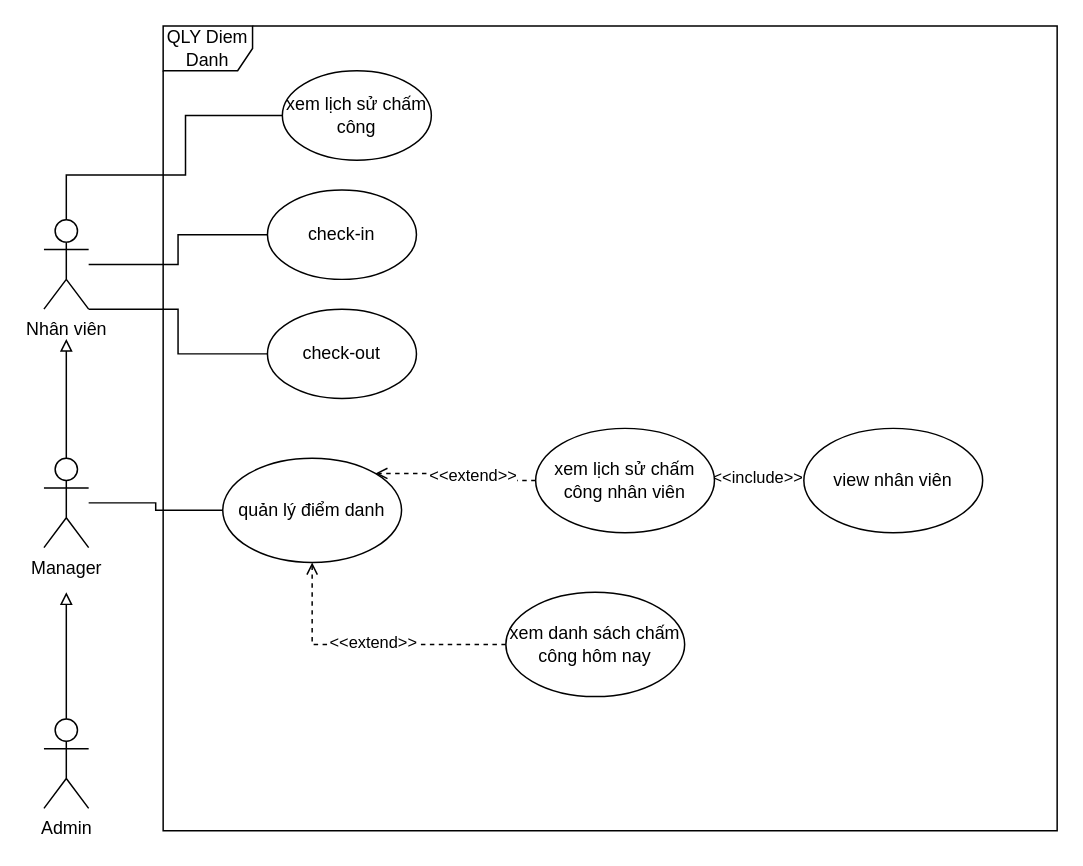
hoangda24312/Group4-DesigningSystem keeps this draw.io diagram as QuanLyDiemDanh.drawio. Above is the earlier version. Source tidied: cells renumbered, new cells numbered last; positions are measured from the earlier drawing's top-left corner, leaving out a move shared by most shapes. Both pictures are drawn from the tidied source at 149%, with x=0, y=0 at pixel (43, 25).
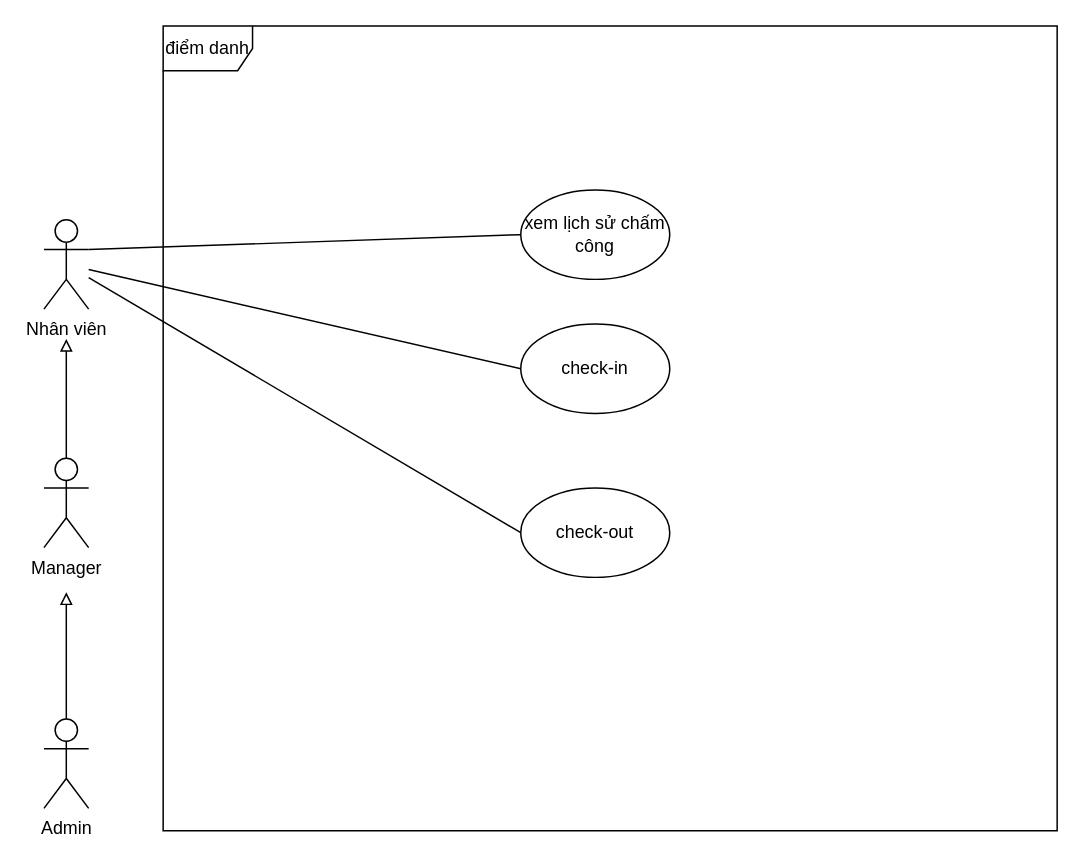
After the change.

Commit message (it also covers changes not shown here):
*sua usecase toan bo, +them quan ly du an

The change refers to these unchanged cells:
```xml
<mxCell id="5" value="Nhân viên" style="shape=umlActor;verticalLabelPosition=bottom;verticalAlign=top;html=1;outlineConnect=0;" parent="1" vertex="1">
  <mxGeometry y="130" width="30" height="60" as="geometry" />
</mxCell>
<mxCell id="7" value="Manager" style="shape=umlActor;verticalLabelPosition=bottom;verticalAlign=top;html=1;outlineConnect=0;" parent="1" vertex="1">
  <mxGeometry y="290" width="30" height="60" as="geometry" />
</mxCell>
```

The edit, as a diff of the source:
```diff
@@
-    <mxCell id="2" style="edgeStyle=orthogonalEdgeStyle;rounded=0;jettySize=auto;html=1;entryX=0;entryY=0.5;entryDx=0;entryDy=0;endArrow=none;endFill=0;" parent="1" edge="1" source="5" target="10">
-      <mxGeometry relative="1" as="geometry" />
-    </mxCell>
-    <mxCell id="3" style="edgeStyle=orthogonalEdgeStyle;rounded=0;jettySize=auto;html=1;entryX=0;entryY=0.5;entryDx=0;entryDy=0;endArrow=none;endFill=0;" parent="1" edge="1" source="5" target="11">
-      <mxGeometry relative="1" as="geometry">
-        <Array as="points">
-          <mxPoint x="90" y="190" />
-          <mxPoint x="90" y="220" />
-        </Array>
-      </mxGeometry>
-    </mxCell>
-    <mxCell id="4" style="edgeStyle=orthogonalEdgeStyle;rounded=0;jettySize=auto;html=1;entryX=0;entryY=0.5;entryDx=0;entryDy=0;endArrow=none;endFill=0;" parent="1" edge="1" source="5" target="22">
-      <mxGeometry relative="1" as="geometry">
-        <Array as="points">
-          <mxPoint x="15" y="100" />
-          <mxPoint x="95" y="100" />
-          <mxPoint x="95" y="60" />
-        </Array>
-      </mxGeometry>
-    </mxCell>
@@
-    <mxCell id="6" style="edgeStyle=orthogonalEdgeStyle;rounded=0;jettySize=auto;html=1;entryX=0;entryY=0.5;entryDx=0;entryDy=0;endArrow=none;endFill=0;" parent="1" edge="1" source="7" target="23">
-      <mxGeometry relative="1" as="geometry" />
-    </mxCell>
@@
     <mxCell id="10" value="check-in" style="ellipse;whiteSpace=wrap;html=1;" parent="1" vertex="1">
-      <mxGeometry x="150" y="110" width="100" height="60" as="geometry" />
+      <mxGeometry x="320" y="200" width="100" height="60" as="geometry" />
     </mxCell>
     <mxCell id="11" value="check-out" style="ellipse;whiteSpace=wrap;html=1;" parent="1" vertex="1">
-      <mxGeometry x="150" y="190" width="100" height="60" as="geometry" />
+      <mxGeometry x="320" y="310" width="100" height="60" as="geometry" />
     </mxCell>
@@
-    <mxCell id="13" style="edgeStyle=orthogonalEdgeStyle;rounded=0;jettySize=auto;html=1;entryX=0;entryY=0.5;entryDx=0;entryDy=0;endArrow=open;endFill=0;dashed=1;" parent="1" edge="1" source="17" target="18">
-      <mxGeometry relative="1" as="geometry" />
-    </mxCell>
-    <mxCell id="14" value="&amp;lt;&amp;lt;include&amp;gt;&amp;gt;" style="edgeLabel;html=1;align=center;verticalAlign=middle;" parent="13" vertex="1">
-      <mxGeometry x="-0.08" y="3" relative="1" as="geometry" />
-    </mxCell>
-    <mxCell id="15" style="edgeStyle=orthogonalEdgeStyle;rounded=0;jettySize=auto;html=1;entryX=1;entryY=0;entryDx=0;entryDy=0;endArrow=open;endFill=0;dashed=1;" parent="1" edge="1" source="17" target="23">
-      <mxGeometry relative="1" as="geometry" />
-    </mxCell>
-    <mxCell id="16" value="&amp;lt;&amp;lt;extend&amp;gt;&amp;gt;" style="edgeLabel;html=1;align=center;verticalAlign=middle;" parent="15" vertex="1">
-      <mxGeometry x="0.07" y="1" relative="1" as="geometry">
-        <mxPoint x="13" as="offset" />
-      </mxGeometry>
-    </mxCell>
-    <mxCell id="17" value="xem lịch sử chấm công nhân viên" style="ellipse;whiteSpace=wrap;html=1;" parent="1" vertex="1">
-      <mxGeometry x="330" y="270" width="120" height="70" as="geometry" />
-    </mxCell>
-    <mxCell id="18" value="view nhân viên" style="ellipse;whiteSpace=wrap;html=1;" parent="1" vertex="1">
-      <mxGeometry x="510" y="270" width="120" height="70" as="geometry" />
-    </mxCell>
-    <mxCell id="19" style="edgeStyle=orthogonalEdgeStyle;rounded=0;jettySize=auto;html=1;entryX=0.5;entryY=1;entryDx=0;entryDy=0;endArrow=open;endFill=0;dashed=1;" parent="1" edge="1" source="21" target="23">
-      <mxGeometry relative="1" as="geometry" />
-    </mxCell>
-    <mxCell id="20" value="&amp;lt;&amp;lt;extend&amp;gt;&amp;gt;" style="edgeLabel;html=1;align=center;verticalAlign=middle;" parent="19" vertex="1">
-      <mxGeometry x="-0.03" y="-2" relative="1" as="geometry" />
-    </mxCell>
-    <mxCell id="21" value="xem danh sách chấm công hôm nay" style="ellipse;whiteSpace=wrap;html=1;" parent="1" vertex="1">
-      <mxGeometry x="310" y="380" width="120" height="70" as="geometry" />
-    </mxCell>
     <mxCell id="22" value="xem lịch sử chấm công" style="ellipse;whiteSpace=wrap;html=1;" parent="1" vertex="1">
-      <mxGeometry x="160" y="30" width="100" height="60" as="geometry" />
+      <mxGeometry x="320" y="110" width="100" height="60" as="geometry" />
     </mxCell>
-    <mxCell id="23" value="quản lý điểm danh" style="ellipse;whiteSpace=wrap;html=1;" parent="1" vertex="1">
-      <mxGeometry x="120" y="290" width="120" height="70" as="geometry" />
-    </mxCell>
-    <mxCell id="24" value="QLY Diem Danh" style="shape=umlFrame;whiteSpace=wrap;html=1;width=60;height=30;" parent="1" vertex="1">
+    <mxCell id="24" value="điểm danh" style="shape=umlFrame;whiteSpace=wrap;html=1;width=60;height=30;" parent="1" vertex="1">
       <mxGeometry x="80" width="600" height="540" as="geometry" />
     </mxCell>
+    <mxCell id="4" style="endArrow=none;html=1;rounded=0;exitX=1;exitY=0.3333333333333333;exitDx=0;exitDy=0;exitPerimeter=0;entryX=0;entryY=0.5;entryDx=0;entryDy=0;" parent="1" edge="1" source="5" target="22">
+      <mxGeometry relative="1" as="geometry" />
+    </mxCell>
+    <mxCell id="2" style="endArrow=none;html=1;rounded=0;entryX=0;entryY=0.5;entryDx=0;entryDy=0;" parent="1" edge="1" source="5" target="10">
+      <mxGeometry relative="1" as="geometry" />
+    </mxCell>
+    <mxCell id="25" style="endArrow=none;html=1;rounded=0;exitX=0;exitY=0.5;exitDx=0;exitDy=0;" parent="1" edge="1" source="11" target="5">
+      <mxGeometry relative="1" as="geometry" />
+    </mxCell>
```
